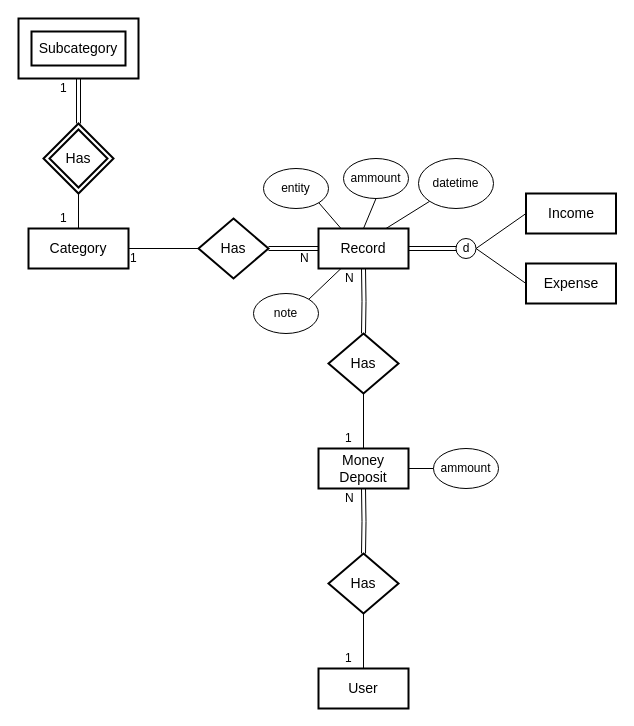
This is Entity-relation-diagram.drawio from Joao360/cashtrack-api, a draw.io file, before an edit. Source tidied: cells renumbered, new cells numbered last; positions are measured from the earlier drawing's top-left corner, leaving out a move shared by most shapes. Both pictures are drawn from the tidied source at 100%, with x=0, y=0 at pixel (18, 18).
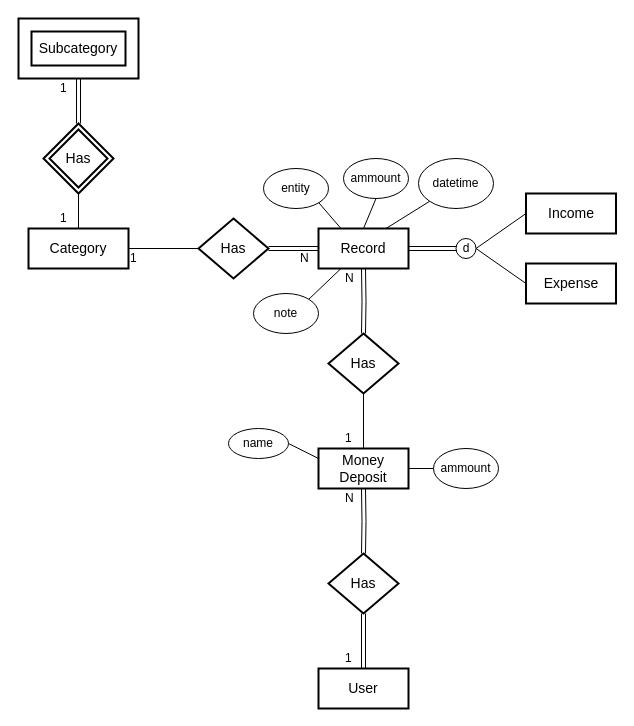
Above is the later version.

The change refers to these unchanged cells:
```xml
<mxCell id="5" value="User" style="strokeWidth=2;whiteSpace=wrap;html=1;align=center;fontSize=14;" parent="1" vertex="1">
  <mxGeometry x="300" y="650" width="90" height="40" as="geometry" />
</mxCell>
<mxCell id="8" value="Has" style="shape=rhombus;strokeWidth=2;fontSize=17;perimeter=rhombusPerimeter;whiteSpace=wrap;html=1;align=center;fontSize=14;" parent="1" vertex="1">
  <mxGeometry x="310" y="535" width="70" height="60" as="geometry" />
</mxCell>
<mxCell id="35" value="Money Deposit" style="strokeWidth=2;whiteSpace=wrap;html=1;align=center;fontSize=14;" parent="1" vertex="1">
  <mxGeometry x="300" y="430" width="90" height="40" as="geometry" />
</mxCell>
```

What changed in the source:
```diff
@@
-    <mxCell id="7" style="edgeStyle=orthogonalEdgeStyle;rounded=0;jettySize=auto;html=1;entryX=0.5;entryY=0;entryDx=0;entryDy=0;endArrow=none;endFill=0;" parent="1" edge="1" source="8" target="5">
+    <mxCell id="7" style="edgeStyle=orthogonalEdgeStyle;rounded=0;jettySize=auto;html=1;entryX=0.5;entryY=0;entryDx=0;entryDy=0;endArrow=none;endFill=0;shape=link;" parent="1" edge="1" source="8" target="5">
       <mxGeometry relative="1" as="geometry" />
     </mxCell>
@@
+    <mxCell id="43" style="rounded=0;jettySize=auto;html=1;exitX=1;exitY=0.5;exitDx=0;exitDy=0;entryX=0;entryY=0.25;entryDx=0;entryDy=0;endArrow=none;endFill=0;" parent="1" edge="1" source="44" target="35">
+      <mxGeometry relative="1" as="geometry" />
+    </mxCell>
+    <mxCell id="44" value="name" style="ellipse;whiteSpace=wrap;html=1;" parent="1" vertex="1">
+      <mxGeometry x="210" y="410" width="60" height="30" as="geometry" />
+    </mxCell>
```
